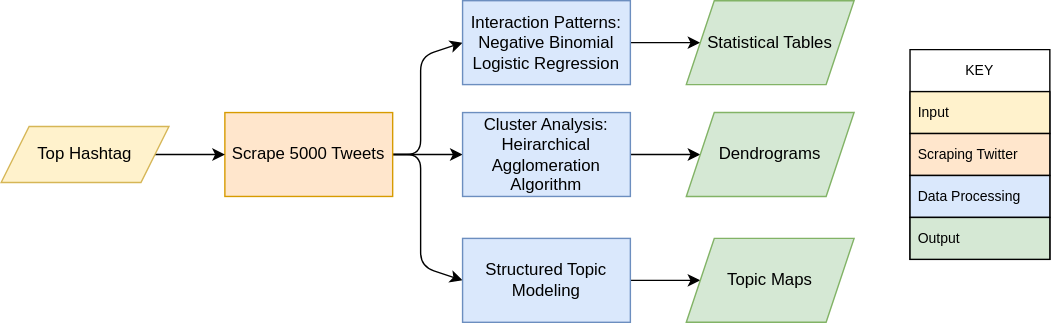
Above: data_analysis_diagram(2).drawio.svg in tmills107/PopHashtagIdentify (draw.io), before the change. Source tidied: cells renumbered, new cells last; positions are measured from the earlier drawing's top-left corner, leaving out a move shared by most shapes. Its diagram source:
```xml
<mxGraphModel>
  <root>
    <mxCell id="0" />
    <mxCell id="1" parent="0" />
    <mxCell id="2" style="edgeStyle=none;html=1;exitX=1;exitY=0.5;exitDx=0;exitDy=0;entryX=0;entryY=0.5;entryDx=0;entryDy=0;" parent="1" edge="1" source="5" target="9">
      <mxGeometry relative="1" as="geometry">
        <Array as="points">
          <mxPoint x="300" y="110" />
          <mxPoint x="300" y="40" />
        </Array>
      </mxGeometry>
    </mxCell>
    <mxCell id="3" style="edgeStyle=none;html=1;exitX=1;exitY=0.5;exitDx=0;exitDy=0;entryX=0;entryY=0.5;entryDx=0;entryDy=0;" parent="1" edge="1" source="5" target="11">
      <mxGeometry relative="1" as="geometry" />
    </mxCell>
    <mxCell id="4" style="edgeStyle=none;html=1;exitX=1;exitY=0.5;exitDx=0;exitDy=0;entryX=0;entryY=0.5;entryDx=0;entryDy=0;" parent="1" edge="1" source="5" target="13">
      <mxGeometry relative="1" as="geometry">
        <Array as="points">
          <mxPoint x="300" y="110" />
          <mxPoint x="300" y="190" />
        </Array>
      </mxGeometry>
    </mxCell>
    <mxCell id="5" value="Scrape 5000 Tweets" style="rounded=0;whiteSpace=wrap;html=1;fillColor=#ffe6cc;strokeColor=#d79b00;" parent="1" vertex="1">
      <mxGeometry x="160" y="80" width="120" height="60" as="geometry" />
    </mxCell>
    <mxCell id="6" style="edgeStyle=none;html=1;exitX=1;exitY=0.5;exitDx=0;exitDy=0;entryX=0;entryY=0.5;entryDx=0;entryDy=0;" parent="1" edge="1" source="7" target="5">
      <mxGeometry relative="1" as="geometry" />
    </mxCell>
    <mxCell id="7" value="Top Hashtag" style="shape=parallelogram;perimeter=parallelogramPerimeter;whiteSpace=wrap;html=1;fixedSize=1;fillColor=#fff2cc;strokeColor=#d6b656;" parent="1" vertex="1">
      <mxGeometry y="90" width="120" height="40" as="geometry" />
    </mxCell>
    <mxCell id="8" style="edgeStyle=none;html=1;exitX=1;exitY=0.5;exitDx=0;exitDy=0;entryX=0;entryY=0.5;entryDx=0;entryDy=0;" parent="1" edge="1" source="9" target="14">
      <mxGeometry relative="1" as="geometry" />
    </mxCell>
    <mxCell id="9" value="Interaction Patterns:&lt;br&gt;Negative Binomial Logistic Regression&amp;nbsp;" style="rounded=0;whiteSpace=wrap;html=1;fillColor=#dae8fc;strokeColor=#6c8ebf;" parent="1" vertex="1">
      <mxGeometry x="330" width="120" height="60" as="geometry" />
    </mxCell>
    <mxCell id="10" style="edgeStyle=none;html=1;exitX=1;exitY=0.5;exitDx=0;exitDy=0;entryX=0;entryY=0.5;entryDx=0;entryDy=0;" parent="1" edge="1" source="11" target="15">
      <mxGeometry relative="1" as="geometry" />
    </mxCell>
    <mxCell id="11" value="Cluster Analysis: Heirarchical Agglomeration Algorithm" style="rounded=0;whiteSpace=wrap;html=1;fillColor=#dae8fc;strokeColor=#6c8ebf;" parent="1" vertex="1">
      <mxGeometry x="330" y="80" width="120" height="60" as="geometry" />
    </mxCell>
    <mxCell id="12" style="edgeStyle=none;html=1;" parent="1" edge="1" source="13" target="16">
      <mxGeometry relative="1" as="geometry" />
    </mxCell>
    <mxCell id="13" value="Structured Topic Modeling&amp;nbsp;" style="rounded=0;whiteSpace=wrap;html=1;fillColor=#dae8fc;strokeColor=#6c8ebf;" parent="1" vertex="1">
      <mxGeometry x="330" y="170" width="120" height="60" as="geometry" />
    </mxCell>
    <mxCell id="14" value="Statistical Tables" style="shape=parallelogram;perimeter=parallelogramPerimeter;whiteSpace=wrap;html=1;fixedSize=1;rounded=0;fillColor=#d5e8d4;strokeColor=#82b366;" parent="1" vertex="1">
      <mxGeometry x="490" width="120" height="60" as="geometry" />
    </mxCell>
    <mxCell id="15" value="Dendrograms" style="shape=parallelogram;perimeter=parallelogramPerimeter;whiteSpace=wrap;html=1;fixedSize=1;rounded=0;fillColor=#d5e8d4;strokeColor=#82b366;" parent="1" vertex="1">
      <mxGeometry x="490" y="80" width="120" height="60" as="geometry" />
    </mxCell>
    <mxCell id="16" value="Topic Maps" style="shape=parallelogram;perimeter=parallelogramPerimeter;whiteSpace=wrap;html=1;fixedSize=1;rounded=0;fillColor=#d5e8d4;strokeColor=#82b366;" parent="1" vertex="1">
      <mxGeometry x="490" y="170" width="120" height="60" as="geometry" />
    </mxCell>
    <mxCell id="17" value="KEY" style="swimlane;fontStyle=0;horizontal=1;startSize=30;rounded=0;fontSize=10;fillColor=none;strokeColor=#000000;" parent="1" vertex="1">
      <mxGeometry x="650" y="35" width="100" height="150" as="geometry" />
    </mxCell>
    <mxCell id="18" value="Input " style="text;strokeColor=default;fillColor=#fff2cc;align=left;verticalAlign=middle;spacingLeft=4;spacingRight=4;overflow=hidden;rounded=0;fontSize=10;" parent="17" vertex="1">
      <mxGeometry y="30" width="100" height="30" as="geometry" />
    </mxCell>
    <mxCell id="19" value="Scraping Twitter" style="text;strokeColor=#000000;fillColor=#ffe6cc;align=left;verticalAlign=middle;spacingLeft=4;spacingRight=4;overflow=hidden;rounded=0;fontSize=10;" parent="17" vertex="1">
      <mxGeometry y="60" width="100" height="30" as="geometry" />
    </mxCell>
    <mxCell id="20" value="Data Processing" style="text;strokeColor=#000000;fillColor=#dae8fc;align=left;verticalAlign=middle;spacingLeft=4;spacingRight=4;overflow=hidden;rounded=0;fontSize=10;" parent="17" vertex="1">
      <mxGeometry y="90" width="100" height="30" as="geometry" />
    </mxCell>
    <mxCell id="21" value="Output" style="text;strokeColor=#000000;fillColor=#d5e8d4;align=left;verticalAlign=middle;spacingLeft=4;spacingRight=4;overflow=hidden;rounded=0;fontSize=10;" parent="17" vertex="1">
      <mxGeometry y="120" width="100" height="30" as="geometry" />
    </mxCell>
  </root>
</mxGraphModel>
```
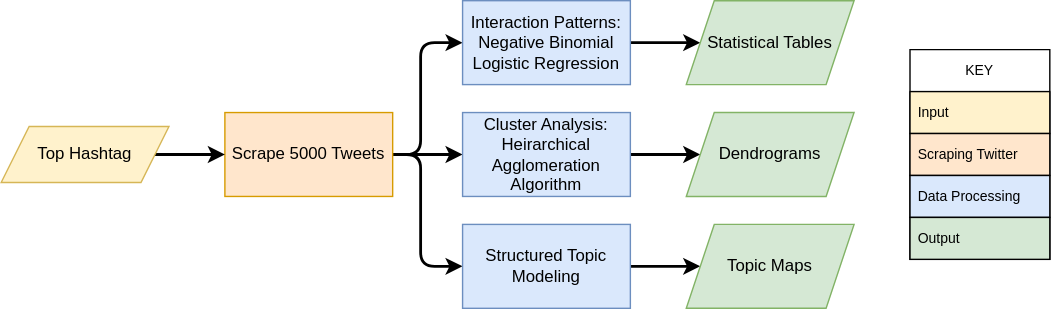
Later version of the same file.

Change to the diagram source:
```diff
@@ -2,18 +2,18 @@
   <root>
     <mxCell id="0" />
     <mxCell id="1" parent="0" />
-    <mxCell id="2" style="edgeStyle=none;html=1;exitX=1;exitY=0.5;exitDx=0;exitDy=0;entryX=0;entryY=0.5;entryDx=0;entryDy=0;" parent="1" edge="1" source="5" target="9">
+    <mxCell id="2" style="edgeStyle=none;html=1;exitX=1;exitY=0.5;exitDx=0;exitDy=0;entryX=0;entryY=0.5;entryDx=0;entryDy=0;strokeWidth=2;" parent="1" edge="1" source="5" target="9">
       <mxGeometry relative="1" as="geometry">
         <Array as="points">
           <mxPoint x="300" y="110" />
-          <mxPoint x="300" y="40" />
+          <mxPoint x="300" y="30" />
         </Array>
       </mxGeometry>
     </mxCell>
-    <mxCell id="3" style="edgeStyle=none;html=1;exitX=1;exitY=0.5;exitDx=0;exitDy=0;entryX=0;entryY=0.5;entryDx=0;entryDy=0;" parent="1" edge="1" source="5" target="11">
+    <mxCell id="3" style="edgeStyle=none;html=1;exitX=1;exitY=0.5;exitDx=0;exitDy=0;entryX=0;entryY=0.5;entryDx=0;entryDy=0;strokeWidth=2;" parent="1" edge="1" source="5" target="11">
       <mxGeometry relative="1" as="geometry" />
     </mxCell>
-    <mxCell id="4" style="edgeStyle=none;html=1;exitX=1;exitY=0.5;exitDx=0;exitDy=0;entryX=0;entryY=0.5;entryDx=0;entryDy=0;" parent="1" edge="1" source="5" target="13">
+    <mxCell id="4" style="edgeStyle=none;html=1;exitX=1;exitY=0.5;exitDx=0;exitDy=0;entryX=0;entryY=0.5;entryDx=0;entryDy=0;strokeWidth=2;" parent="1" edge="1" source="5" target="13">
       <mxGeometry relative="1" as="geometry">
         <Array as="points">
           <mxPoint x="300" y="110" />
@@ -24,29 +24,29 @@
     <mxCell id="5" value="Scrape 5000 Tweets" style="rounded=0;whiteSpace=wrap;html=1;fillColor=#ffe6cc;strokeColor=#d79b00;" parent="1" vertex="1">
       <mxGeometry x="160" y="80" width="120" height="60" as="geometry" />
     </mxCell>
-    <mxCell id="6" style="edgeStyle=none;html=1;exitX=1;exitY=0.5;exitDx=0;exitDy=0;entryX=0;entryY=0.5;entryDx=0;entryDy=0;" parent="1" edge="1" source="7" target="5">
+    <mxCell id="6" style="edgeStyle=none;html=1;exitX=1;exitY=0.5;exitDx=0;exitDy=0;entryX=0;entryY=0.5;entryDx=0;entryDy=0;strokeWidth=2;" parent="1" edge="1" source="7" target="5">
       <mxGeometry relative="1" as="geometry" />
     </mxCell>
     <mxCell id="7" value="Top Hashtag" style="shape=parallelogram;perimeter=parallelogramPerimeter;whiteSpace=wrap;html=1;fixedSize=1;fillColor=#fff2cc;strokeColor=#d6b656;" parent="1" vertex="1">
       <mxGeometry y="90" width="120" height="40" as="geometry" />
     </mxCell>
-    <mxCell id="8" style="edgeStyle=none;html=1;exitX=1;exitY=0.5;exitDx=0;exitDy=0;entryX=0;entryY=0.5;entryDx=0;entryDy=0;" parent="1" edge="1" source="9" target="14">
+    <mxCell id="8" style="edgeStyle=none;html=1;exitX=1;exitY=0.5;exitDx=0;exitDy=0;entryX=0;entryY=0.5;entryDx=0;entryDy=0;strokeWidth=2;" parent="1" edge="1" source="9" target="14">
       <mxGeometry relative="1" as="geometry" />
     </mxCell>
     <mxCell id="9" value="Interaction Patterns:&lt;br&gt;Negative Binomial Logistic Regression&amp;nbsp;" style="rounded=0;whiteSpace=wrap;html=1;fillColor=#dae8fc;strokeColor=#6c8ebf;" parent="1" vertex="1">
       <mxGeometry x="330" width="120" height="60" as="geometry" />
     </mxCell>
-    <mxCell id="10" style="edgeStyle=none;html=1;exitX=1;exitY=0.5;exitDx=0;exitDy=0;entryX=0;entryY=0.5;entryDx=0;entryDy=0;" parent="1" edge="1" source="11" target="15">
+    <mxCell id="10" style="edgeStyle=none;html=1;exitX=1;exitY=0.5;exitDx=0;exitDy=0;entryX=0;entryY=0.5;entryDx=0;entryDy=0;strokeWidth=2;" parent="1" edge="1" source="11" target="15">
       <mxGeometry relative="1" as="geometry" />
     </mxCell>
     <mxCell id="11" value="Cluster Analysis: Heirarchical Agglomeration Algorithm" style="rounded=0;whiteSpace=wrap;html=1;fillColor=#dae8fc;strokeColor=#6c8ebf;" parent="1" vertex="1">
       <mxGeometry x="330" y="80" width="120" height="60" as="geometry" />
     </mxCell>
-    <mxCell id="12" style="edgeStyle=none;html=1;" parent="1" edge="1" source="13" target="16">
+    <mxCell id="12" style="edgeStyle=none;html=1;strokeWidth=2;" parent="1" edge="1" source="13" target="16">
       <mxGeometry relative="1" as="geometry" />
     </mxCell>
     <mxCell id="13" value="Structured Topic Modeling&amp;nbsp;" style="rounded=0;whiteSpace=wrap;html=1;fillColor=#dae8fc;strokeColor=#6c8ebf;" parent="1" vertex="1">
-      <mxGeometry x="330" y="170" width="120" height="60" as="geometry" />
+      <mxGeometry x="330" y="160" width="120" height="60" as="geometry" />
     </mxCell>
     <mxCell id="14" value="Statistical Tables" style="shape=parallelogram;perimeter=parallelogramPerimeter;whiteSpace=wrap;html=1;fixedSize=1;rounded=0;fillColor=#d5e8d4;strokeColor=#82b366;" parent="1" vertex="1">
       <mxGeometry x="490" width="120" height="60" as="geometry" />
@@ -55,7 +55,7 @@
       <mxGeometry x="490" y="80" width="120" height="60" as="geometry" />
     </mxCell>
     <mxCell id="16" value="Topic Maps" style="shape=parallelogram;perimeter=parallelogramPerimeter;whiteSpace=wrap;html=1;fixedSize=1;rounded=0;fillColor=#d5e8d4;strokeColor=#82b366;" parent="1" vertex="1">
-      <mxGeometry x="490" y="170" width="120" height="60" as="geometry" />
+      <mxGeometry x="490" y="160" width="120" height="60" as="geometry" />
     </mxCell>
     <mxCell id="17" value="KEY" style="swimlane;fontStyle=0;horizontal=1;startSize=30;rounded=0;fontSize=10;fillColor=none;strokeColor=#000000;" parent="1" vertex="1">
       <mxGeometry x="650" y="35" width="100" height="150" as="geometry" />
```
